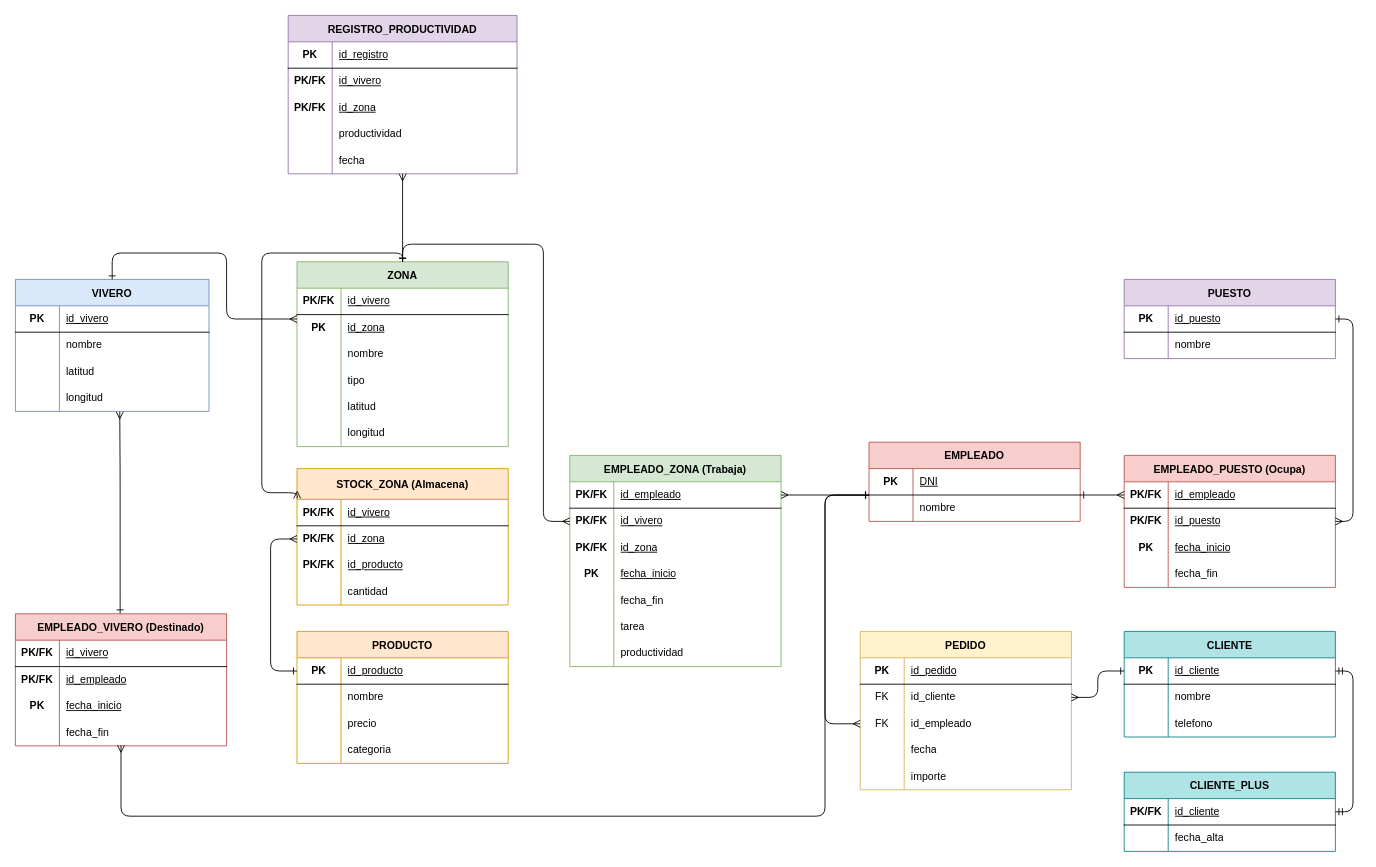
Earlier version of the draw.io diagram Modelo relacional.drawio (alu0101539669/Modelo-relacional.-Viveros). Source tidied: cells renumbered, new cells numbered last; positions are measured from the earlier drawing's top-left corner, leaving out a move shared by most shapes. Both pictures are drawn from the tidied source at 88%, with x=0, y=0 at pixel (15, 15).
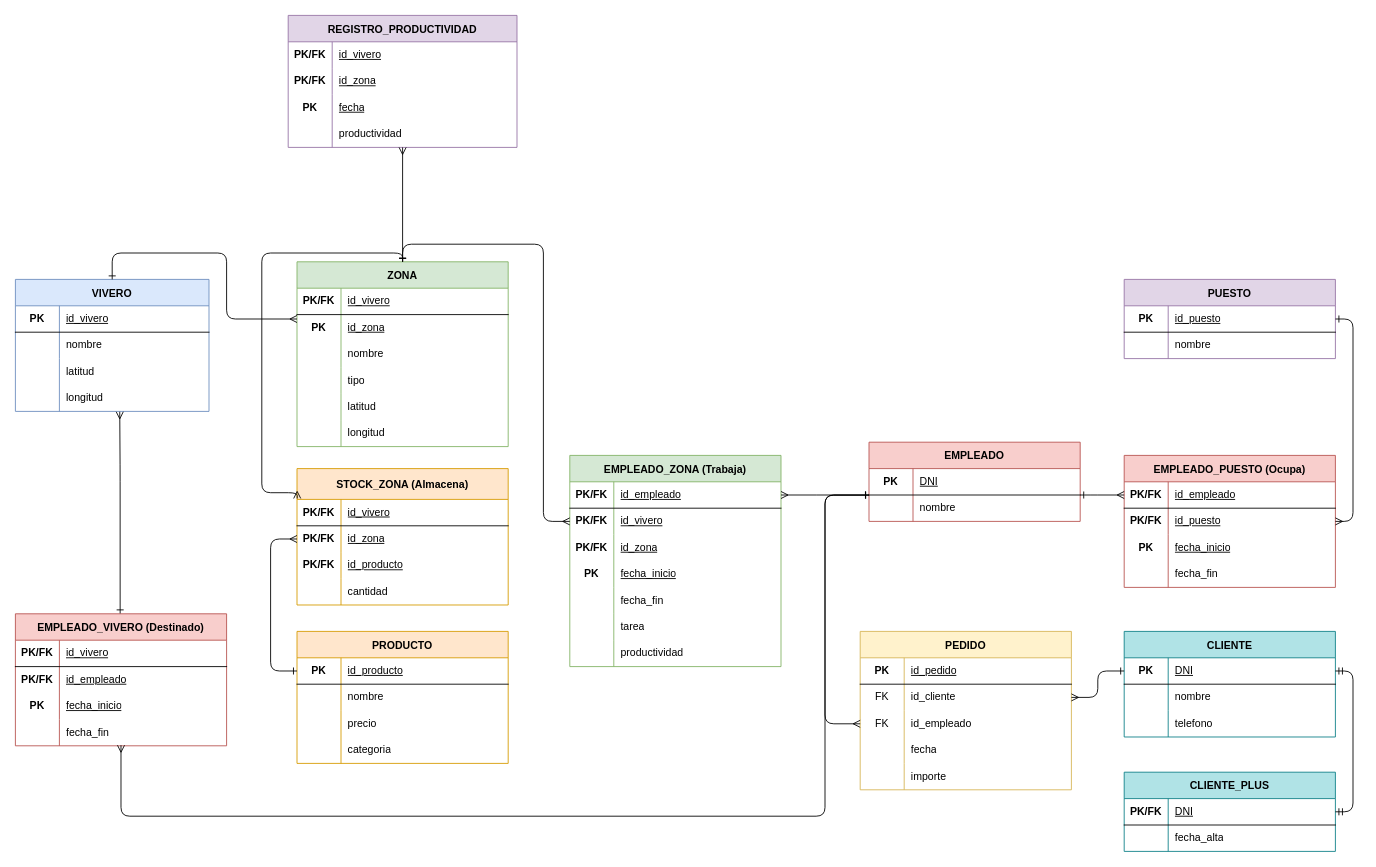
The same diagram, later.

Commit message (it also covers changes not shown here):
Correcion modelo relacional V2

Unchanged cells that the change refers to:
```xml
<mxCell id="134" style="shape=tableRow;horizontal=0;startSize=0;swimlaneHead=0;swimlaneBody=0;fillColor=none;points=[[0,0.5],[1,0.5]];portConstraint=eastwest;top=0;left=0;right=0;bottom=1;" parent="133" vertex="1">
  <mxGeometry y="30" width="240" height="30" as="geometry" />
</mxCell>
<mxCell id="144" style="shape=tableRow;horizontal=0;startSize=0;swimlaneHead=0;swimlaneBody=0;fillColor=none;points=[[0,0.5],[1,0.5]];portConstraint=eastwest;top=0;left=0;right=0;bottom=1;" parent="143" vertex="1">
  <mxGeometry y="30" width="240" height="30" as="geometry" />
</mxCell>
```

Diff of the diagram source:
```diff
@@
-<mxGraphModel>
+<mxGraphModel background="light-dark(#FFFFFF,#FAF1F1)">
@@
     <mxCell id="35" value="REGISTRO_PRODUCTIVIDAD" style="shape=table;startSize=30;childLayout=tableLayout;rowLines=0;fontStyle=1;align=center;fillColor=#e1d5e7;strokeColor=#9673a6;" parent="1" vertex="1">
-      <mxGeometry x="310" width="260" height="180" as="geometry" />
+      <mxGeometry x="310" width="260" height="150" as="geometry" />
     </mxCell>
-    <mxCell id="36" style="shape=tableRow;horizontal=0;startSize=0;swimlaneHead=0;swimlaneBody=0;fillColor=none;top=0;left=0;right=0;bottom=1;" parent="35" vertex="1">
-      <mxGeometry y="30" width="260" height="30" as="geometry" />
-    </mxCell>
-    <mxCell id="37" value="PK" style="shape=partialRectangle;fillColor=none;top=0;left=0;bottom=0;right=0;fontStyle=1;overflow=hidden;whiteSpace=wrap;html=1;" parent="36" vertex="1">
-      <mxGeometry width="50" height="30" as="geometry" />
-    </mxCell>
-    <mxCell id="38" value="id_registro" style="shape=partialRectangle;fillColor=none;top=0;left=0;bottom=0;right=0;align=left;spacingLeft=6;fontStyle=4;overflow=hidden;whiteSpace=wrap;html=1;" parent="36" vertex="1">
-      <mxGeometry x="50" width="210" height="30" as="geometry" />
-    </mxCell>
     <mxCell id="39" style="shape=tableRow;horizontal=0;startSize=0;swimlaneHead=0;swimlaneBody=0;fillColor=none;top=0;left=0;right=0;bottom=0;" parent="35" vertex="1">
-      <mxGeometry y="60" width="260" height="30" as="geometry" />
+      <mxGeometry y="30" width="260" height="30" as="geometry" />
     </mxCell>
@@
     <mxCell id="42" style="shape=tableRow;horizontal=0;startSize=0;swimlaneHead=0;swimlaneBody=0;fillColor=none;top=0;left=0;right=0;bottom=0;" parent="35" vertex="1">
-      <mxGeometry y="90" width="260" height="30" as="geometry" />
+      <mxGeometry y="60" width="260" height="30" as="geometry" />
     </mxCell>
@@
     <mxCell id="45" style="shape=tableRow;horizontal=0;startSize=0;swimlaneHead=0;swimlaneBody=0;fillColor=none;top=0;left=0;right=0;bottom=0;" parent="35" vertex="1">
-      <mxGeometry y="120" width="260" height="30" as="geometry" />
+      <mxGeometry y="90" width="260" height="30" as="geometry" />
     </mxCell>
-    <mxCell id="46" style="shape=partialRectangle;fillColor=none;top=0;left=0;bottom=0;right=0;overflow=hidden;whiteSpace=wrap;html=1;" parent="45" vertex="1">
+    <mxCell id="46" value="&lt;b&gt;PK&lt;/b&gt;" style="shape=partialRectangle;fillColor=none;top=0;left=0;bottom=0;right=0;overflow=hidden;whiteSpace=wrap;html=1;" parent="45" vertex="1">
       <mxGeometry width="50" height="30" as="geometry" />
     </mxCell>
-    <mxCell id="47" value="productividad" style="shape=partialRectangle;fillColor=none;top=0;left=0;bottom=0;right=0;align=left;spacingLeft=6;overflow=hidden;whiteSpace=wrap;html=1;" parent="45" vertex="1">
+    <mxCell id="47" value="&lt;u&gt;fecha&lt;/u&gt;" style="shape=partialRectangle;fillColor=none;top=0;left=0;bottom=0;right=0;align=left;spacingLeft=6;overflow=hidden;whiteSpace=wrap;html=1;" parent="45" vertex="1">
       <mxGeometry x="50" width="210" height="30" as="geometry" />
     </mxCell>
     <mxCell id="48" style="shape=tableRow;horizontal=0;startSize=0;swimlaneHead=0;swimlaneBody=0;fillColor=none;points=[[0,0.5],[1,0.5]];portConstraint=eastwest;top=0;left=0;right=0;bottom=0;" parent="35" vertex="1">
-      <mxGeometry y="150" width="260" height="30" as="geometry" />
+      <mxGeometry y="120" width="260" height="30" as="geometry" />
     </mxCell>
@@
-    <mxCell id="50" value="fecha" style="shape=partialRectangle;fillColor=none;top=0;left=0;bottom=0;right=0;align=left;spacingLeft=6;overflow=hidden;whiteSpace=wrap;html=1;" parent="48" vertex="1">
+    <mxCell id="50" value="productividad" style="shape=partialRectangle;fillColor=none;top=0;left=0;bottom=0;right=0;align=left;spacingLeft=6;overflow=hidden;whiteSpace=wrap;html=1;" parent="48" vertex="1">
       <mxGeometry x="50" width="210" height="30" as="geometry" />
     </mxCell>
@@
-    <mxCell id="136" value="id_cliente" style="shape=partialRectangle;fillColor=none;top=0;left=0;bottom=0;right=0;align=left;spacingLeft=6;fontStyle=4;overflow=hidden;whiteSpace=wrap;html=1;" parent="134" vertex="1">
+    <mxCell id="136" value="DNI" style="shape=partialRectangle;fillColor=none;top=0;left=0;bottom=0;right=0;align=left;spacingLeft=6;fontStyle=4;overflow=hidden;whiteSpace=wrap;html=1;" parent="134" vertex="1">
       <mxGeometry x="50" width="190" height="30" as="geometry" />
     </mxCell>
@@
-    <mxCell id="146" value="id_cliente" style="shape=partialRectangle;fillColor=none;top=0;left=0;bottom=0;right=0;align=left;spacingLeft=6;fontStyle=4;overflow=hidden;whiteSpace=wrap;html=1;" parent="144" vertex="1">
+    <mxCell id="146" value="DNI" style="shape=partialRectangle;fillColor=none;top=0;left=0;bottom=0;right=0;align=left;spacingLeft=6;fontStyle=4;overflow=hidden;whiteSpace=wrap;html=1;" parent="144" vertex="1">
       <mxGeometry x="50" width="190" height="30" as="geometry" />
     </mxCell>
```
